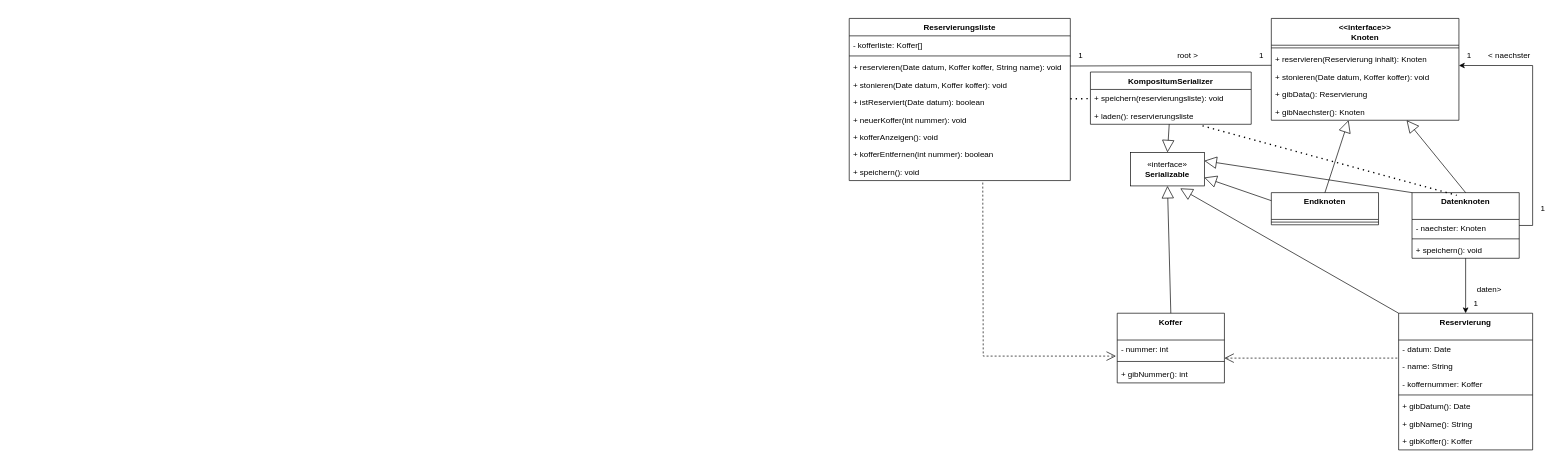
Klette80/Ipadkofferleihsystem keeps this draw.io diagram as Klassendiagramm.drawio. Above is the earlier version. Source tidied: cells renumbered, new cells numbered last; positions are measured from the earlier drawing's top-left corner, leaving out a move shared by most shapes. Both pictures are drawn from the tidied source at 67%, with x=0, y=0 at pixel (849, 11).
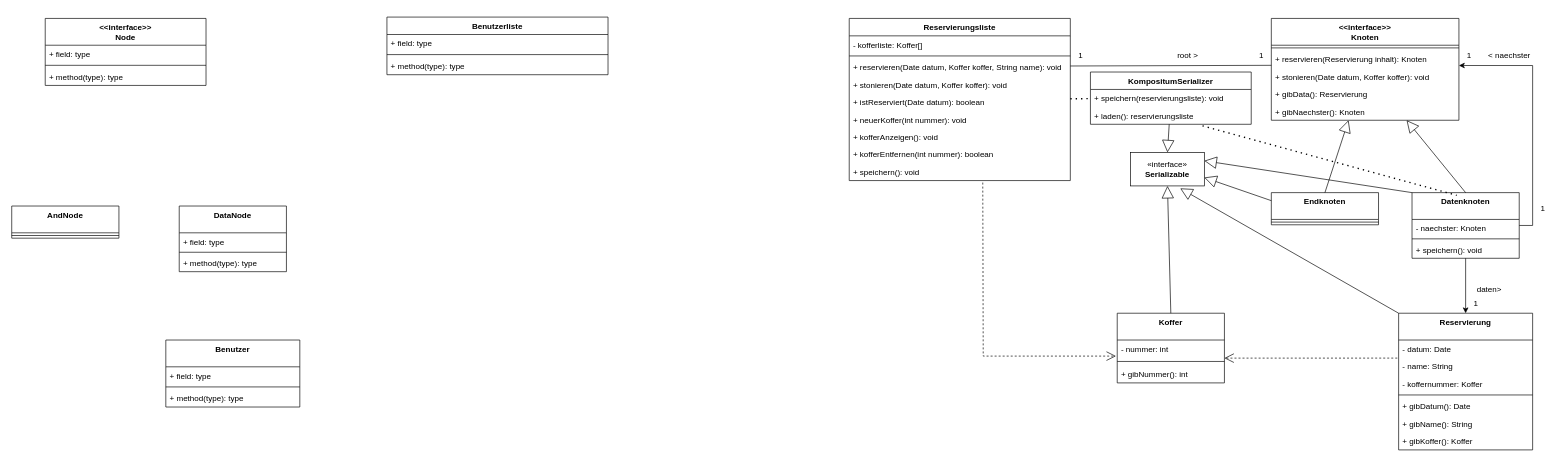
After the change.

Change to the diagram source:
```diff
@@
+    <mxCell id="63" value="Benutzerliste" style="swimlane;fontStyle=1;align=center;verticalAlign=top;horizontal=1;startSize=26;" parent="1" vertex="1">
+      <mxGeometry x="-690" y="8" width="330" height="86" as="geometry" />
+    </mxCell>
+    <mxCell id="64" value="+ field: type" style="text;strokeColor=none;fillColor=none;align=left;verticalAlign=top;spacingLeft=4;spacingRight=4;overflow=hidden;" parent="63" vertex="1">
+      <mxGeometry y="26" width="330" height="26" as="geometry" />
+    </mxCell>
+    <mxCell id="65" style="line;strokeWidth=1;fillColor=none;align=left;verticalAlign=middle;spacingTop=-1;spacingLeft=3;spacingRight=3;labelPosition=right;strokeColor=inherit;" parent="63" vertex="1">
+      <mxGeometry y="52" width="330" height="8" as="geometry" />
+    </mxCell>
+    <mxCell id="66" value="+ method(type): type" style="text;strokeColor=none;fillColor=none;align=left;verticalAlign=top;spacingLeft=4;spacingRight=4;overflow=hidden;" parent="63" vertex="1">
+      <mxGeometry y="60" width="330" height="26" as="geometry" />
+    </mxCell>
+    <mxCell id="67" value="DataNode" style="swimlane;fontStyle=1;align=center;verticalAlign=top;horizontal=1;startSize=40;" parent="1" vertex="1">
+      <mxGeometry x="-1000" y="290" width="160" height="98" as="geometry" />
+    </mxCell>
+    <mxCell id="68" value="+ field: type" style="text;strokeColor=none;fillColor=none;align=left;verticalAlign=top;spacingLeft=4;spacingRight=4;overflow=hidden;" parent="67" vertex="1">
+      <mxGeometry y="40" width="160" height="26" as="geometry" />
+    </mxCell>
+    <mxCell id="69" style="line;strokeWidth=1;fillColor=none;align=left;verticalAlign=middle;spacingTop=-1;spacingLeft=3;spacingRight=3;labelPosition=right;strokeColor=inherit;" parent="67" vertex="1">
+      <mxGeometry y="66" width="160" height="6" as="geometry" />
+    </mxCell>
+    <mxCell id="70" value="+ method(type): type" style="text;strokeColor=none;fillColor=none;align=left;verticalAlign=top;spacingLeft=4;spacingRight=4;overflow=hidden;" parent="67" vertex="1">
+      <mxGeometry y="72" width="160" height="26" as="geometry" />
+    </mxCell>
+    <mxCell id="71" value="AndNode" style="swimlane;fontStyle=1;align=center;verticalAlign=top;horizontal=1;startSize=40;" parent="1" vertex="1">
+      <mxGeometry x="-1250" y="290" width="160" height="48" as="geometry" />
+    </mxCell>
+    <mxCell id="72" style="line;strokeWidth=1;fillColor=none;align=left;verticalAlign=middle;spacingTop=-1;spacingLeft=3;spacingRight=3;labelPosition=right;strokeColor=inherit;" parent="71" vertex="1">
+      <mxGeometry y="40" width="160" height="8" as="geometry" />
+    </mxCell>
+    <mxCell id="73" value="Benutzer" style="swimlane;fontStyle=1;align=center;verticalAlign=top;horizontal=1;startSize=40;" parent="1" vertex="1">
+      <mxGeometry x="-1020" y="490" width="200" height="100" as="geometry" />
+    </mxCell>
+    <mxCell id="74" value="+ field: type" style="text;strokeColor=none;fillColor=none;align=left;verticalAlign=top;spacingLeft=4;spacingRight=4;overflow=hidden;" parent="73" vertex="1">
+      <mxGeometry y="40" width="200" height="26" as="geometry" />
+    </mxCell>
+    <mxCell id="75" style="line;strokeWidth=1;fillColor=none;align=left;verticalAlign=middle;spacingTop=-1;spacingLeft=3;spacingRight=3;labelPosition=right;strokeColor=inherit;" parent="73" vertex="1">
+      <mxGeometry y="66" width="200" height="8" as="geometry" />
+    </mxCell>
+    <mxCell id="76" value="+ method(type): type" style="text;strokeColor=none;fillColor=none;align=left;verticalAlign=top;spacingLeft=4;spacingRight=4;overflow=hidden;" parent="73" vertex="1">
+      <mxGeometry y="74" width="200" height="26" as="geometry" />
+    </mxCell>
+    <mxCell id="77" value="&lt;&lt;interface&gt;&gt;&#10;Node" style="swimlane;fontStyle=1;align=center;verticalAlign=top;horizontal=1;startSize=40;" parent="1" vertex="1">
+      <mxGeometry x="-1200" y="10" width="240" height="100" as="geometry" />
+    </mxCell>
+    <mxCell id="78" value="+ field: type" style="text;strokeColor=none;fillColor=none;align=left;verticalAlign=top;spacingLeft=4;spacingRight=4;overflow=hidden;" parent="77" vertex="1">
+      <mxGeometry y="40" width="240" height="26" as="geometry" />
+    </mxCell>
+    <mxCell id="79" style="line;strokeWidth=1;fillColor=none;align=left;verticalAlign=middle;spacingTop=-1;spacingLeft=3;spacingRight=3;labelPosition=right;strokeColor=inherit;" parent="77" vertex="1">
+      <mxGeometry y="66" width="240" height="8" as="geometry" />
+    </mxCell>
+    <mxCell id="80" value="+ method(type): type" style="text;strokeColor=none;fillColor=none;align=left;verticalAlign=top;spacingLeft=4;spacingRight=4;overflow=hidden;" parent="77" vertex="1">
+      <mxGeometry y="74" width="240" height="26" as="geometry" />
+    </mxCell>
```
